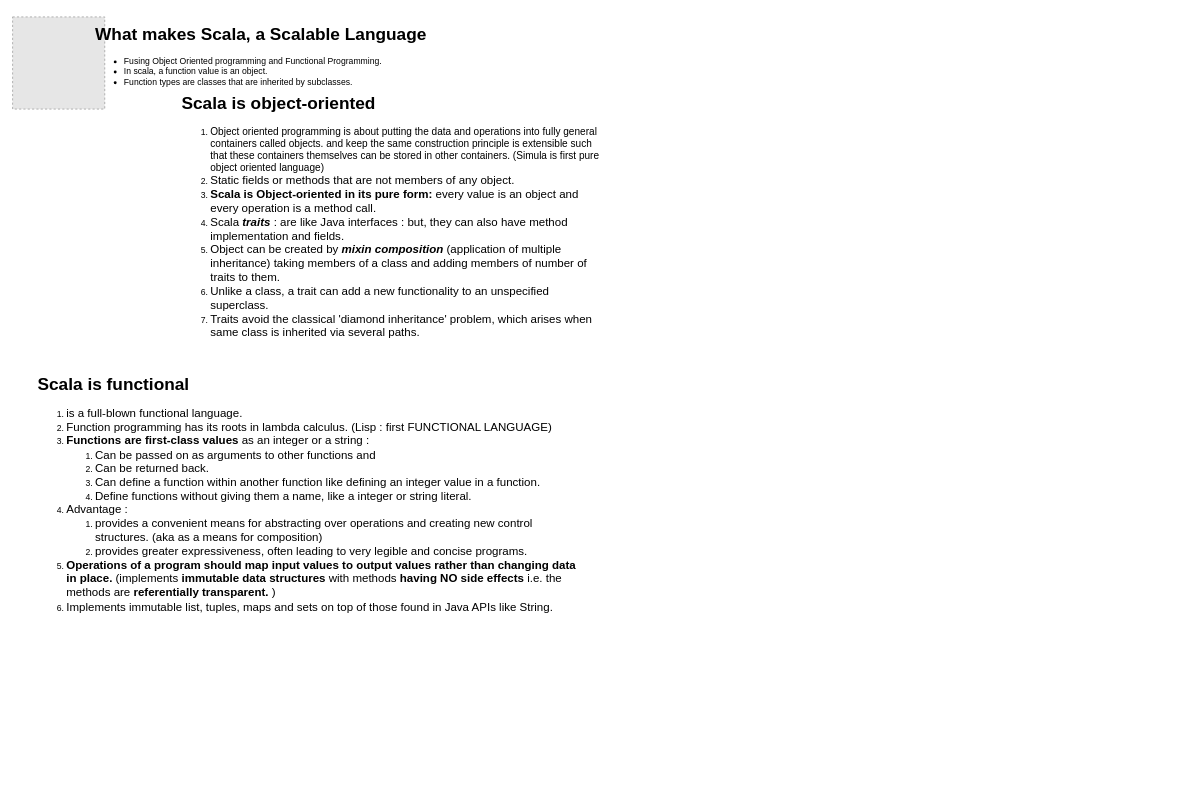
Above: Scala.drawio in gaurjain/drawio (draw.io), before the change. Source tidied: cells renumbered, new cells numbered last; positions are measured from the earlier drawing's top-left corner, leaving out a move shared by most shapes. Both pictures are drawn from the tidied source at 72%, with x=0, y=0 at pixel (12, 17). Pictures stored in the file or linked from it are replaced by grey dashed boxes.
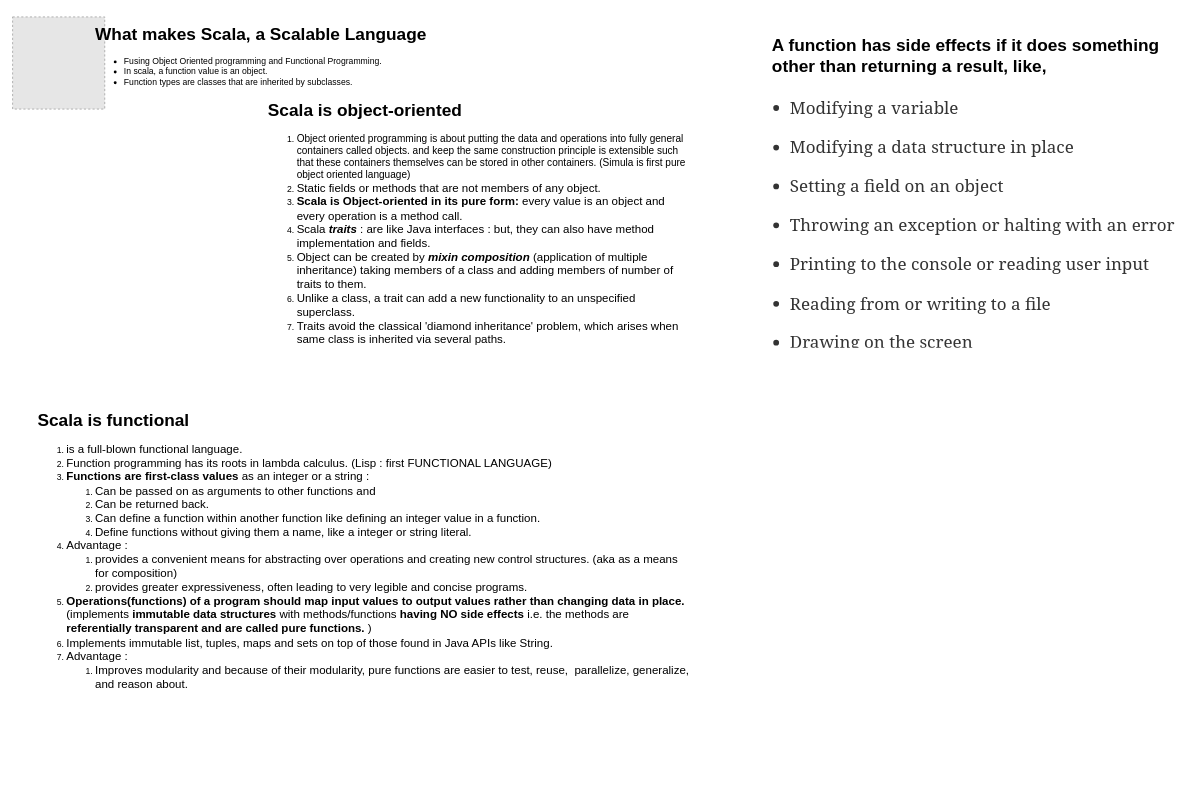
The same page after the edit.

What changed in the source:
```diff
@@
 <mxGraphModel>
   <root>
     <mxCell id="0" />
     <mxCell id="1" parent="0" />
     <mxCell id="2" style="fillColor=#E6E6E6;strokeColor=#999999;dashed=1;html=1;verticalAlign=top;verticalLabelPosition=bottom;labelBackgroundColor=#ffffff;" parent="1" vertex="1">
       <mxGeometry width="128" height="128" as="geometry" />
     </mxCell>
     <mxCell id="3" value="&lt;h1&gt;What makes Scala, a Scalable Language&lt;/h1&gt;&lt;p&gt;&lt;/p&gt;&lt;ul&gt;&lt;li&gt;Fusing Object Oriented programming and Functional Programming.&lt;/li&gt;&lt;li&gt;In scala, a function value is an object.&lt;/li&gt;&lt;li&gt;Function types are classes that are inherited by subclasses.&lt;/li&gt;&lt;/ul&gt;&lt;p&gt;&lt;/p&gt;" style="text;html=1;strokeColor=none;fillColor=none;spacing=5;spacingTop=-20;whiteSpace=wrap;overflow=hidden;rounded=0;" parent="1" vertex="1">
       <mxGeometry x="110" y="4" width="600" height="120" as="geometry" />
     </mxCell>
     <mxCell id="4" value="&lt;h1&gt;Scala is object-oriented&lt;/h1&gt;&lt;p&gt;&lt;/p&gt;&lt;ol&gt;&lt;li&gt;&lt;font style=&quot;font-size: 14px&quot;&gt;Object oriented programming is about putting the data and operations into fully general containers called objects. and keep the same construction principle is extensible such that these containers themselves can be stored in other containers. (Simula is first pure object oriented language)&lt;/font&gt;&lt;/li&gt;&lt;li&gt;&lt;font size=&quot;3&quot;&gt;Static fields or methods that are not members of any object.&amp;nbsp;&amp;nbsp;&lt;/font&gt;&lt;/li&gt;&lt;li&gt;&lt;font size=&quot;3&quot;&gt;&lt;b&gt;Scala is Object-oriented in its pure form:&lt;/b&gt;&amp;nbsp;every value is an object and every operation is a method call.&lt;/font&gt;&lt;/li&gt;&lt;li&gt;&lt;span style=&quot;font-size: medium&quot;&gt;Scala &lt;/span&gt;&lt;b style=&quot;font-size: medium&quot;&gt;&lt;i&gt;traits&amp;nbsp;&lt;/i&gt;&lt;/b&gt;&lt;span style=&quot;font-size: medium&quot;&gt;: are like Java interfaces : but, they can also have method implementation and fields.&amp;nbsp;&lt;/span&gt;&lt;br&gt;&lt;/li&gt;&lt;li&gt;&lt;font size=&quot;3&quot;&gt;Object can be created by &lt;b&gt;&lt;i&gt;mixin composition&lt;/i&gt;&lt;/b&gt; (application of multiple inheritance) taking members of a class and adding members of number of traits to them.&amp;nbsp;&lt;/font&gt;&lt;/li&gt;&lt;li&gt;&lt;font size=&quot;3&quot;&gt;Unlike a class, a trait can add a new functionality to an unspecified superclass.&lt;/font&gt;&lt;/li&gt;&lt;li&gt;&lt;font size=&quot;3&quot;&gt;Traits avoid the classical 'diamond inheritance'&amp;nbsp;problem, which arises when same class is inherited via several paths.&lt;/font&gt;&lt;/li&gt;&lt;/ol&gt;&lt;p&gt;&lt;/p&gt;&lt;p&gt;&lt;br&gt;&lt;/p&gt;" style="text;html=1;strokeColor=none;fillColor=none;spacing=5;spacingTop=-20;whiteSpace=wrap;overflow=hidden;rounded=0;" parent="1" vertex="1">
-      <mxGeometry x="230" y="100" width="597" height="420" as="geometry" />
+      <mxGeometry x="350" y="110" width="597" height="420" as="geometry" />
     </mxCell>
-    <mxCell id="5" value="&lt;h1&gt;Scala is functional&lt;/h1&gt;&lt;ol&gt;&lt;li&gt;&lt;font size=&quot;3&quot;&gt;is a full-blown functional language.&lt;/font&gt;&lt;/li&gt;&lt;li&gt;&lt;font size=&quot;3&quot;&gt;Function programming has its roots in lambda calculus. (Lisp : first FUNCTIONAL LANGUAGE)&lt;/font&gt;&lt;/li&gt;&lt;li&gt;&lt;font size=&quot;3&quot;&gt;&lt;b&gt;Functions are first-class values&lt;/b&gt; as an integer or a string :&amp;nbsp;&lt;/font&gt;&lt;/li&gt;&lt;ol&gt;&lt;li&gt;&lt;font size=&quot;3&quot;&gt;Can be passed on as arguments to other functions and&amp;nbsp;&lt;/font&gt;&lt;/li&gt;&lt;li&gt;&lt;font size=&quot;3&quot;&gt;Can be returned back.&amp;nbsp;&lt;/font&gt;&lt;/li&gt;&lt;li&gt;&lt;font size=&quot;3&quot;&gt;Can define a function within another function like defining an integer value in a function.&amp;nbsp;&lt;/font&gt;&lt;/li&gt;&lt;li&gt;&lt;font size=&quot;3&quot;&gt;Define functions without giving them a name, like a integer or string literal.&lt;/font&gt;&lt;/li&gt;&lt;/ol&gt;&lt;li&gt;&lt;font size=&quot;3&quot;&gt;Advantage :&amp;nbsp;&lt;/font&gt;&lt;/li&gt;&lt;ol&gt;&lt;li&gt;&lt;font size=&quot;3&quot;&gt;provides a convenient&amp;nbsp;means for abstracting over operations and creating new control structures. (aka as a means for composition)&lt;/font&gt;&lt;/li&gt;&lt;li&gt;&lt;font size=&quot;3&quot;&gt;provides greater expressiveness, often leading to very legible and concise programs.&lt;/font&gt;&lt;/li&gt;&lt;/ol&gt;&lt;li&gt;&lt;font size=&quot;3&quot;&gt;&lt;b&gt;Operations of a program should map input values to output values rather than changing data in place. &lt;/b&gt;(implements &lt;b&gt;immutable data structures&lt;/b&gt; with methods &lt;b&gt;having NO side effects &lt;/b&gt;i.e. the methods are&lt;b&gt; referentially transparent.&lt;/b&gt; )&lt;/font&gt;&lt;/li&gt;&lt;li&gt;&lt;font size=&quot;3&quot;&gt;Implements immutable list, tuples, maps and sets on top of those found in Java APIs like String.&lt;/font&gt;&lt;/li&gt;&lt;/ol&gt;" style="text;html=1;strokeColor=none;fillColor=none;spacing=5;spacingTop=-20;whiteSpace=wrap;overflow=hidden;rounded=0;" parent="1" vertex="1">
-      <mxGeometry x="30" y="490" width="760" height="550" as="geometry" />
+    <mxCell id="5" value="&lt;h1&gt;Scala is functional&lt;/h1&gt;&lt;ol&gt;&lt;li&gt;&lt;font size=&quot;3&quot;&gt;is a full-blown functional language.&lt;/font&gt;&lt;/li&gt;&lt;li&gt;&lt;font size=&quot;3&quot;&gt;Function programming has its roots in lambda calculus. (Lisp : first FUNCTIONAL LANGUAGE)&lt;/font&gt;&lt;/li&gt;&lt;li&gt;&lt;font size=&quot;3&quot;&gt;&lt;b&gt;Functions are first-class values&lt;/b&gt; as an integer or a string :&amp;nbsp;&lt;/font&gt;&lt;/li&gt;&lt;ol&gt;&lt;li&gt;&lt;font size=&quot;3&quot;&gt;Can be passed on as arguments to other functions and&amp;nbsp;&lt;/font&gt;&lt;/li&gt;&lt;li&gt;&lt;font size=&quot;3&quot;&gt;Can be returned back.&amp;nbsp;&lt;/font&gt;&lt;/li&gt;&lt;li&gt;&lt;font size=&quot;3&quot;&gt;Can define a function within another function like defining an integer value in a function.&amp;nbsp;&lt;/font&gt;&lt;/li&gt;&lt;li&gt;&lt;font size=&quot;3&quot;&gt;Define functions without giving them a name, like a integer or string literal.&lt;/font&gt;&lt;/li&gt;&lt;/ol&gt;&lt;li&gt;&lt;font size=&quot;3&quot;&gt;Advantage :&amp;nbsp;&lt;/font&gt;&lt;/li&gt;&lt;ol&gt;&lt;li&gt;&lt;font size=&quot;3&quot;&gt;provides a convenient&amp;nbsp;means for abstracting over operations and creating new control structures. (aka as a means for composition)&lt;/font&gt;&lt;/li&gt;&lt;li&gt;&lt;font size=&quot;3&quot;&gt;provides greater expressiveness, often leading to very legible and concise programs.&lt;/font&gt;&lt;/li&gt;&lt;/ol&gt;&lt;li&gt;&lt;font size=&quot;3&quot;&gt;&lt;b&gt;Operations(functions) of a program should map input values to output values rather than changing data in place. &lt;/b&gt;(implements &lt;b&gt;immutable data structures&lt;/b&gt; with methods/functions&amp;nbsp;&lt;b&gt;having NO side effects &lt;/b&gt;i.e. the methods are&lt;b&gt; referentially transparent and are called pure functions.&lt;/b&gt;&amp;nbsp;)&lt;/font&gt;&lt;/li&gt;&lt;li&gt;&lt;font size=&quot;3&quot;&gt;Implements immutable list, tuples, maps and sets on top of those found in Java APIs like String.&lt;/font&gt;&lt;/li&gt;&lt;li&gt;&lt;font size=&quot;3&quot;&gt;Advantage :&amp;nbsp;&lt;/font&gt;&lt;/li&gt;&lt;ol&gt;&lt;li&gt;&lt;font size=&quot;3&quot;&gt;Improves modularity and because of their modularity, pure functions are easier to test, reuse,&amp;nbsp; parallelize, generalize, and reason about.&lt;/font&gt;&lt;/li&gt;&lt;/ol&gt;&lt;/ol&gt;" style="text;html=1;strokeColor=none;fillColor=none;spacing=5;spacingTop=-20;whiteSpace=wrap;overflow=hidden;rounded=0;" parent="1" vertex="1">
+      <mxGeometry x="30" y="540" width="920" height="510" as="geometry" />
     </mxCell>
+    <mxCell id="6" value="&lt;h1&gt;A function has side effects if it does something other than returning a result, like,&amp;nbsp;&lt;/h1&gt;&lt;ul class=&quot;calibre25&quot; style=&quot;box-sizing: border-box ; padding: 0px 0px 0px 25px ; margin-top: 1em ; margin-bottom: 1em ; font-size: 23.6px ; color: rgb(51 , 51 , 51) ; font-family: &amp;#34;georgia&amp;#34; , &amp;#34;droid serif&amp;#34; , &amp;#34;times&amp;#34; , serif ; background-color: rgb(255 , 255 , 255) ; margin-right: 0px ; margin-left: 0px ; line-height: 1.65em&quot;&gt;&lt;li class=&quot;calibre26&quot; style=&quot;box-sizing: border-box ; padding: 0px ; list-style: disc ; text-align: left ; margin: 0.5em 0px 0.65em ; line-height: 1.65em&quot;&gt;Modifying a variable&lt;/li&gt;&lt;li class=&quot;calibre26&quot; style=&quot;box-sizing: border-box ; padding: 0px ; list-style: disc ; text-align: left ; margin: 0.5em 0px 0.65em ; line-height: 1.65em&quot;&gt;Modifying a data structure in place&lt;/li&gt;&lt;li class=&quot;calibre26&quot; style=&quot;box-sizing: border-box ; padding: 0px ; list-style: disc ; text-align: left ; margin: 0.5em 0px 0.65em ; line-height: 1.65em&quot;&gt;Setting a field on an object&lt;/li&gt;&lt;li class=&quot;calibre26&quot; style=&quot;box-sizing: border-box ; padding: 0px ; list-style: disc ; text-align: left ; margin: 0.5em 0px 0.65em ; line-height: 1.65em&quot;&gt;Throwing an exception or halting with an error&lt;/li&gt;&lt;li class=&quot;calibre26&quot; style=&quot;box-sizing: border-box ; padding: 0px ; list-style: disc ; text-align: left ; margin: 0.5em 0px 0.65em ; line-height: 1.65em&quot;&gt;Printing to the console or reading user input&lt;/li&gt;&lt;li class=&quot;calibre26&quot; style=&quot;box-sizing: border-box ; padding: 0px ; list-style: disc ; text-align: left ; margin: 0.5em 0px 0.65em ; line-height: 1.65em&quot;&gt;Reading from or writing to a file&lt;/li&gt;&lt;li class=&quot;calibre26&quot; style=&quot;box-sizing: border-box ; padding: 0px ; list-style: disc ; text-align: left ; margin: 0.5em 0px 0.65em ; line-height: 1.65em&quot;&gt;Drawing on the screen&lt;/li&gt;&lt;/ul&gt;" style="text;html=1;strokeColor=none;fillColor=none;spacing=5;spacingTop=-20;whiteSpace=wrap;overflow=hidden;rounded=0;" parent="1" vertex="1">
+      <mxGeometry x="1050" y="20" width="570" height="440" as="geometry" />
+    </mxCell>
   </root>
 </mxGraphModel>
```
